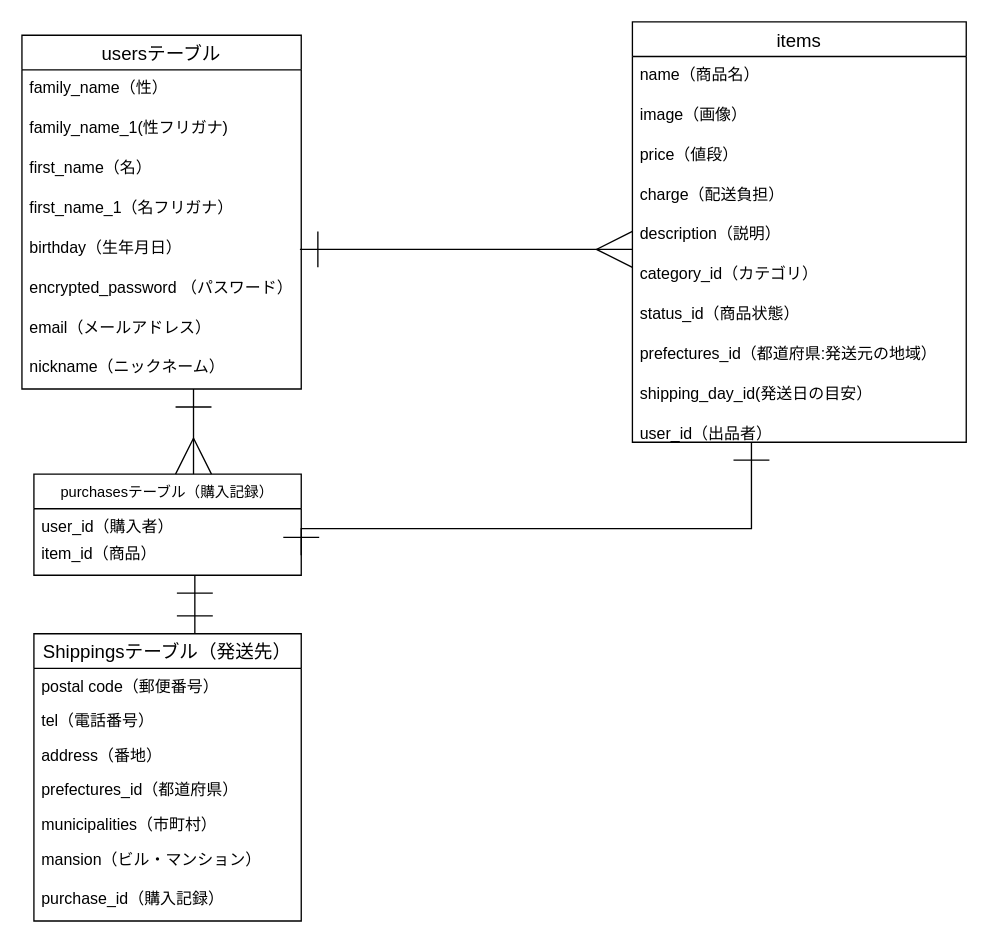
Above: furima.dio in kotaro-ktr/furima-35485 (draw.io), before the change. Source tidied: cells renumbered, new cells numbered last; positions are measured from the earlier drawing's top-left corner, leaving out a move shared by most shapes. Both pictures are drawn from the tidied source at 133%, with x=0, y=0 at pixel (21, 21).
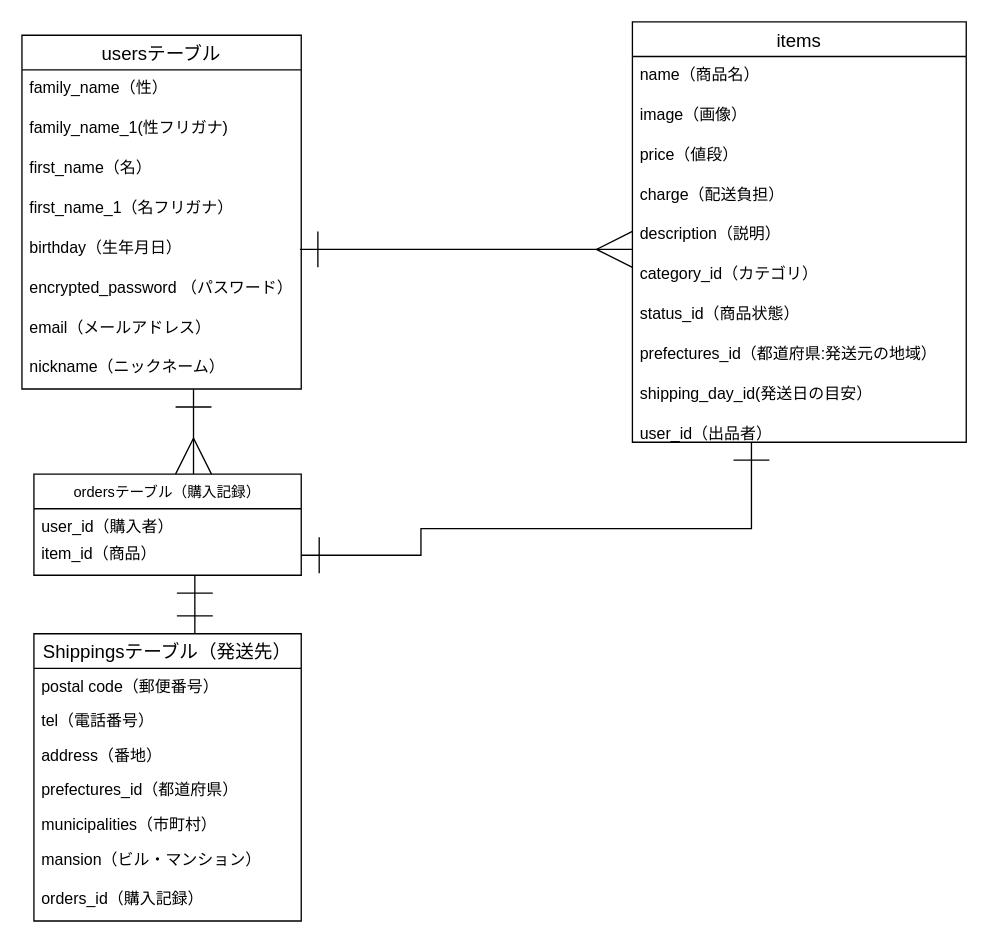
After the change.

Unchanged cells that the change refers to:
```xml
<mxCell id="7" value="item_id（商品）" style="text;strokeColor=none;fillColor=none;spacingLeft=4;spacingRight=4;overflow=hidden;points=[[0,0.5],[1,0.5]];portConstraint=eastwest;fontSize=12;" parent="5" vertex="1">
  <mxGeometry y="46" width="201" height="30" as="geometry" />
</mxCell>
<mxCell id="20" value="Shippingsテーブル（発送先）" style="swimlane;fontStyle=0;horizontal=1;startSize=26;align=center;fontSize=14;" parent="1" vertex="1">
  <mxGeometry x="9" y="460" width="201" height="216" as="geometry" />
</mxCell>
```

Change to the diagram source:
```diff
@@
     <mxCell id="3" style="rounded=0;jettySize=auto;html=1;startArrow=ERone;startFill=0;endArrow=ERone;endFill=0;startSize=25;endSize=25;edgeStyle=orthogonalEdgeStyle;exitX=1;exitY=0.5;exitDx=0;exitDy=0;" parent="1" edge="1" source="7">
       <mxGeometry x="117.5" y="36" as="geometry">
         <mxPoint x="548.5" y="316" as="targetPoint" />
         <Array as="points">
+          <mxPoint x="300" y="401" />
+          <mxPoint x="300" y="381" />
           <mxPoint x="549" y="381" />
         </Array>
       </mxGeometry>
     </mxCell>
@@
-    <mxCell id="5" value="purchasesテーブル（購入記録）" style="swimlane;fontStyle=0;horizontal=1;startSize=26;fillColor=none;fontSize=11;" parent="1" vertex="1">
+    <mxCell id="5" value="ordersテーブル（購入記録）" style="swimlane;fontStyle=0;horizontal=1;startSize=26;fillColor=none;fontSize=11;" parent="1" vertex="1">
       <mxGeometry x="9" y="340" width="201" height="76" as="geometry" />
     </mxCell>
@@
-    <mxCell id="27" value="purchase_id（購入記録）" style="text;strokeColor=none;fillColor=none;spacingLeft=4;spacingRight=4;overflow=hidden;fontSize=12;" parent="20" vertex="1">
+    <mxCell id="27" value="orders_id（購入記録）" style="text;strokeColor=none;fillColor=none;spacingLeft=4;spacingRight=4;overflow=hidden;fontSize=12;" parent="20" vertex="1">
       <mxGeometry y="186" width="201" height="30" as="geometry" />
     </mxCell>
```
